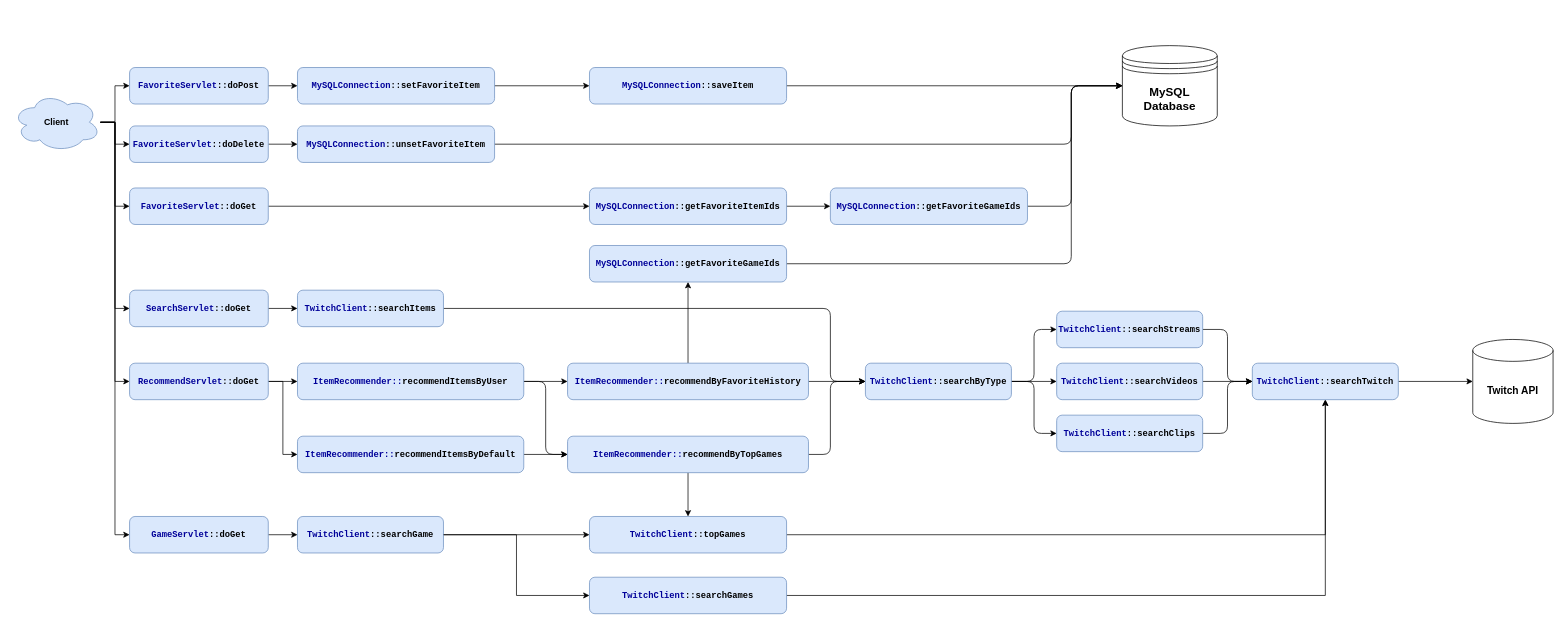
The draw.io diagram page "Page-1" (1 of 2) of resources/JupiterDiagram.drawio in oscargong/jupiter, before the edit. Source tidied: cells renumbered, new cells numbered last; positions are measured from the earlier drawing's top-left corner, leaving out a move shared by most shapes. Both pictures are drawn from the tidied source at 73%, with x=0, y=0 at pixel (12, 45).
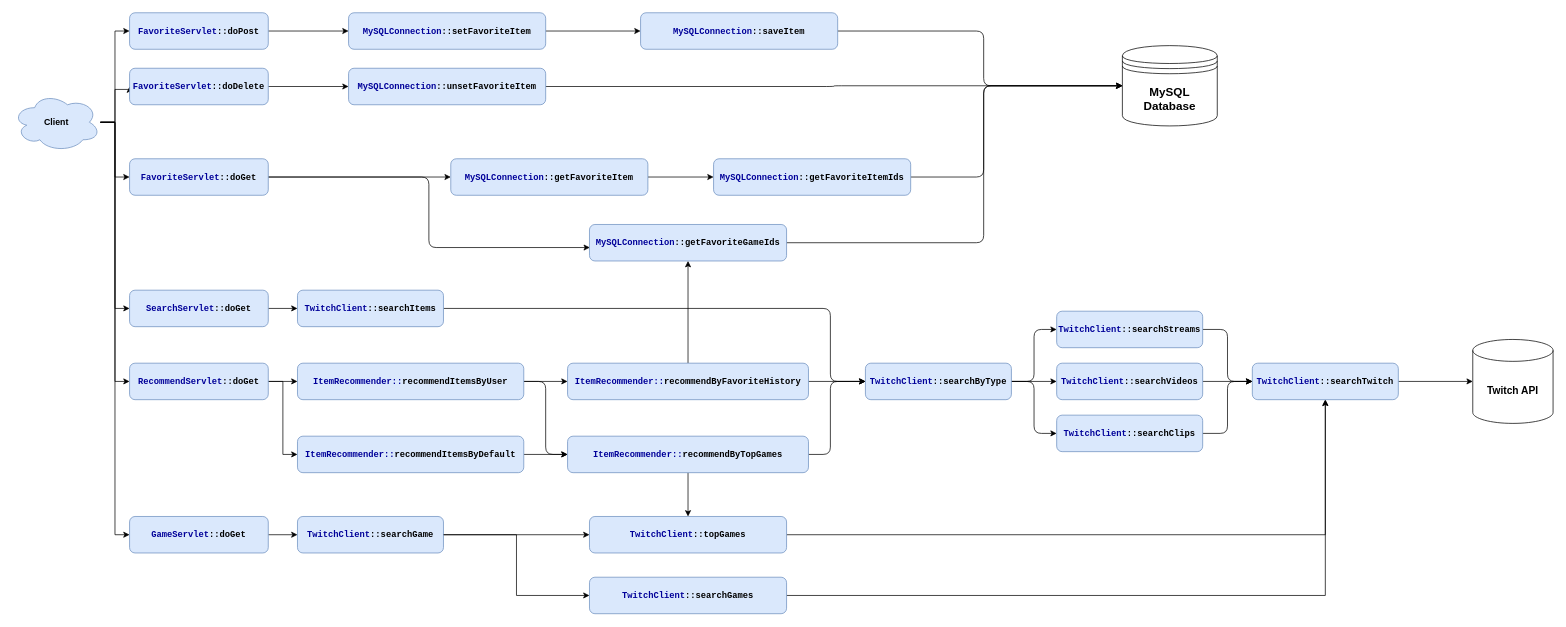
Above is the later version.

The change refers to these unchanged cells:
```xml
<mxCell id="8" value="Client" style="ellipse;shape=cloud;whiteSpace=wrap;html=1;fillColor=#dae8fc;strokeColor=#6c8ebf;fontStyle=1;" parent="1" vertex="1">
  <mxGeometry y="65" width="120" height="80" as="geometry" />
</mxCell>
<mxCell id="47" value="MySQL&lt;br style=&quot;font-size: 16px;&quot;&gt;Database" style="shape=datastore;whiteSpace=wrap;html=1;fontSize=16;fontStyle=1;" parent="1" vertex="1">
  <mxGeometry x="1520" width="130" height="110" as="geometry" />
</mxCell>
```

What changed in the source:
```diff
@@
     <mxCell id="4" style="edgeStyle=orthogonalEdgeStyle;rounded=0;jettySize=auto;html=1;fontSize=14;" parent="1" edge="1" source="8" target="38">
-      <mxGeometry relative="1" as="geometry" />
+      <mxGeometry relative="1" as="geometry">
+        <Array as="points">
+          <mxPoint x="140" y="105" />
+          <mxPoint x="140" y="-20" />
+        </Array>
+      </mxGeometry>
     </mxCell>
     <mxCell id="5" style="edgeStyle=orthogonalEdgeStyle;rounded=0;jettySize=auto;html=1;entryX=0;entryY=0.5;entryDx=0;entryDy=0;fontSize=14;" parent="1" edge="1" source="8" target="40">
-      <mxGeometry relative="1" as="geometry" />
+      <mxGeometry relative="1" as="geometry">
+        <Array as="points">
+          <mxPoint x="140" y="105" />
+          <mxPoint x="140" y="60" />
+        </Array>
+      </mxGeometry>
     </mxCell>
@@
-    <mxCell id="35" style="edgeStyle=orthogonalEdgeStyle;rounded=0;jettySize=auto;html=1;entryX=0;entryY=0.5;entryDx=0;entryDy=0;fontSize=16;" parent="1" edge="1" source="36" target="49">
-      <mxGeometry relative="1" as="geometry" />
-    </mxCell>
+    <mxCell id="68" style="edgeStyle=orthogonalEdgeStyle;rounded=1;jettySize=auto;html=1;entryX=0.002;entryY=0.632;entryDx=0;entryDy=0;entryPerimeter=0;strokeColor=#000000;" parent="1" edge="1" source="36" target="51">
+      <mxGeometry relative="1" as="geometry" />
+    </mxCell>
+    <mxCell id="69" style="edgeStyle=orthogonalEdgeStyle;rounded=1;jettySize=auto;html=1;entryX=0;entryY=0.5;entryDx=0;entryDy=0;strokeColor=#000000;" parent="1" edge="1" source="36" target="53">
+      <mxGeometry relative="1" as="geometry" />
+    </mxCell>
     <mxCell id="36" value="&lt;font face=&quot;Courier New&quot;&gt;&lt;font color=&quot;#000099&quot;&gt;FavoriteServlet&lt;/font&gt;::doGet&lt;/font&gt;" style="rounded=1;whiteSpace=wrap;html=1;fillColor=#dae8fc;strokeColor=#6c8ebf;fontStyle=1;" parent="1" vertex="1">
-      <mxGeometry x="160" y="195" width="190" height="50" as="geometry" />
+      <mxGeometry x="160" y="155" width="190" height="50" as="geometry" />
     </mxCell>
@@
     <mxCell id="38" value="&lt;font face=&quot;Courier New&quot;&gt;&lt;font color=&quot;#000099&quot;&gt;FavoriteServlet&lt;/font&gt;::doPost&lt;/font&gt;" style="rounded=1;whiteSpace=wrap;html=1;fillColor=#dae8fc;strokeColor=#6c8ebf;fontStyle=1;" parent="1" vertex="1">
-      <mxGeometry x="160" y="30" width="190" height="50" as="geometry" />
+      <mxGeometry x="160" y="-45" width="190" height="50" as="geometry" />
     </mxCell>
@@
     <mxCell id="40" value="&lt;font face=&quot;Courier New&quot;&gt;&lt;font color=&quot;#000099&quot;&gt;FavoriteServlet&lt;/font&gt;::doDelete&lt;/font&gt;" style="rounded=1;whiteSpace=wrap;html=1;fillColor=#dae8fc;strokeColor=#6c8ebf;fontStyle=1;" parent="1" vertex="1">
-      <mxGeometry x="160" y="110" width="190" height="50" as="geometry" />
+      <mxGeometry x="160" y="31" width="190" height="50" as="geometry" />
     </mxCell>
@@
     <mxCell id="42" value="&lt;font face=&quot;Courier New&quot;&gt;&lt;font color=&quot;#000099&quot;&gt;MySQLConnection&lt;/font&gt;::setFavoriteItem&lt;/font&gt;" style="rounded=1;whiteSpace=wrap;html=1;fillColor=#dae8fc;strokeColor=#6c8ebf;fontStyle=1;" parent="1" vertex="1">
-      <mxGeometry x="390" y="30" width="270" height="50" as="geometry" />
+      <mxGeometry x="460" y="-45" width="270" height="50" as="geometry" />
     </mxCell>
-    <mxCell id="43" style="edgeStyle=orthogonalEdgeStyle;rounded=1;jettySize=auto;html=1;entryX=0;entryY=0.5;entryDx=0;entryDy=0;fontSize=16;" parent="1" edge="1" source="44" target="47">
-      <mxGeometry relative="1" as="geometry">
-        <Array as="points">
-          <mxPoint x="1450" y="135" />
-          <mxPoint x="1450" y="55" />
-        </Array>
-      </mxGeometry>
+    <mxCell id="43" style="edgeStyle=orthogonalEdgeStyle;rounded=1;jettySize=auto;html=1;entryX=0;entryY=0.5;entryDx=0;entryDy=0;strokeColor=#000000;" parent="1" edge="1" source="44" target="47">
+      <mxGeometry relative="1" as="geometry" />
     </mxCell>
     <mxCell id="44" value="&lt;font face=&quot;Courier New&quot;&gt;&lt;font color=&quot;#000099&quot;&gt;MySQLConnection&lt;/font&gt;::unsetFavoriteItem&lt;/font&gt;" style="rounded=1;whiteSpace=wrap;html=1;fillColor=#dae8fc;strokeColor=#6c8ebf;fontStyle=1;" parent="1" vertex="1">
-      <mxGeometry x="390" y="110" width="270" height="50" as="geometry" />
+      <mxGeometry x="460" y="31" width="270" height="50" as="geometry" />
     </mxCell>
-    <mxCell id="45" style="edgeStyle=orthogonalEdgeStyle;rounded=0;jettySize=auto;html=1;fontSize=16;" parent="1" edge="1" source="46" target="47">
-      <mxGeometry relative="1" as="geometry" />
+    <mxCell id="45" style="edgeStyle=orthogonalEdgeStyle;rounded=1;jettySize=auto;html=1;fontSize=16;" parent="1" edge="1" source="46" target="47">
+      <mxGeometry relative="1" as="geometry">
+        <Array as="points">
+          <mxPoint x="1330" y="-20" />
+          <mxPoint x="1330" y="55" />
+        </Array>
+      </mxGeometry>
     </mxCell>
     <mxCell id="46" value="&lt;font face=&quot;Courier New&quot;&gt;&lt;font color=&quot;#000099&quot;&gt;MySQLConnection&lt;/font&gt;::saveItem&lt;/font&gt;" style="rounded=1;whiteSpace=wrap;html=1;fillColor=#dae8fc;strokeColor=#6c8ebf;fontStyle=1;" parent="1" vertex="1">
-      <mxGeometry x="790" y="30" width="270" height="50" as="geometry" />
+      <mxGeometry x="860" y="-45" width="270" height="50" as="geometry" />
     </mxCell>
@@
-    <mxCell id="48" style="edgeStyle=orthogonalEdgeStyle;rounded=0;jettySize=auto;html=1;entryX=0;entryY=0.5;entryDx=0;entryDy=0;fontSize=16;" parent="1" edge="1" source="49" target="53">
-      <mxGeometry relative="1" as="geometry" />
-    </mxCell>
+    <mxCell id="70" style="edgeStyle=orthogonalEdgeStyle;rounded=1;jettySize=auto;html=1;entryX=0;entryY=0.5;entryDx=0;entryDy=0;" parent="1" edge="1" source="49" target="47">
+      <mxGeometry relative="1" as="geometry">
+        <Array as="points">
+          <mxPoint x="1330" y="180" />
+          <mxPoint x="1330" y="55" />
+        </Array>
+      </mxGeometry>
+    </mxCell>
     <mxCell id="49" value="&lt;font face=&quot;Courier New&quot;&gt;&lt;font color=&quot;#000099&quot;&gt;MySQLConnection&lt;/font&gt;::getFavoriteItemIds&lt;/font&gt;" style="rounded=1;whiteSpace=wrap;html=1;fillColor=#dae8fc;strokeColor=#6c8ebf;fontStyle=1;" parent="1" vertex="1">
-      <mxGeometry x="790" y="195" width="270" height="50" as="geometry" />
+      <mxGeometry x="960" y="155" width="270" height="50" as="geometry" />
     </mxCell>
-    <mxCell id="50" style="edgeStyle=orthogonalEdgeStyle;rounded=1;jettySize=auto;html=1;entryX=0;entryY=0.5;entryDx=0;entryDy=0;fontSize=16;" parent="1" edge="1" source="51" target="47">
-      <mxGeometry relative="1" as="geometry">
-        <Array as="points">
-          <mxPoint x="1450" y="299" />
-          <mxPoint x="1450" y="55" />
-        </Array>
-      </mxGeometry>
-    </mxCell>
+    <mxCell id="71" style="edgeStyle=orthogonalEdgeStyle;rounded=1;jettySize=auto;html=1;strokeColor=#000000;" parent="1" edge="1" source="51">
+      <mxGeometry relative="1" as="geometry">
+        <mxPoint x="1520" y="55" as="targetPoint" />
+        <Array as="points">
+          <mxPoint x="1330" y="270" />
+          <mxPoint x="1330" y="55" />
+        </Array>
+      </mxGeometry>
+    </mxCell>
     <mxCell id="51" value="&lt;font face=&quot;Courier New&quot;&gt;&lt;font color=&quot;#000099&quot;&gt;MySQLConnection&lt;/font&gt;::getFavoriteGameIds&lt;/font&gt;" style="rounded=1;whiteSpace=wrap;html=1;fillColor=#dae8fc;strokeColor=#6c8ebf;fontStyle=1;" parent="1" vertex="1">
-      <mxGeometry x="790" y="273.8" width="270" height="50" as="geometry" />
+      <mxGeometry x="790" y="245" width="270" height="50" as="geometry" />
     </mxCell>
-    <mxCell id="52" style="edgeStyle=orthogonalEdgeStyle;rounded=1;jettySize=auto;html=1;entryX=0;entryY=0.5;entryDx=0;entryDy=0;fontSize=16;" parent="1" edge="1" source="53" target="47">
-      <mxGeometry relative="1" as="geometry">
-        <Array as="points">
-          <mxPoint x="1450" y="220" />
-          <mxPoint x="1450" y="55" />
-        </Array>
-      </mxGeometry>
-    </mxCell>
+    <mxCell id="72" style="edgeStyle=orthogonalEdgeStyle;rounded=1;jettySize=auto;html=1;entryX=0;entryY=0.5;entryDx=0;entryDy=0;strokeColor=#000000;" parent="1" edge="1" source="53" target="49">
+      <mxGeometry relative="1" as="geometry" />
+    </mxCell>
-    <mxCell id="53" value="&lt;font face=&quot;Courier New&quot;&gt;&lt;font color=&quot;#000099&quot;&gt;MySQLConnection&lt;/font&gt;::getFavoriteGameIds&lt;/font&gt;" style="rounded=1;whiteSpace=wrap;html=1;fillColor=#dae8fc;strokeColor=#6c8ebf;fontStyle=1;" parent="1" vertex="1">
-      <mxGeometry x="1120" y="195" width="270" height="50" as="geometry" />
+    <mxCell id="53" value="&lt;font face=&quot;Courier New&quot;&gt;&lt;font color=&quot;#000099&quot;&gt;MySQLConnection&lt;/font&gt;::getFavoriteItem&lt;/font&gt;" style="rounded=1;whiteSpace=wrap;html=1;fillColor=#dae8fc;strokeColor=#6c8ebf;fontStyle=1;" parent="1" vertex="1">
+      <mxGeometry x="600" y="155" width="270" height="50" as="geometry" />
     </mxCell>
```
